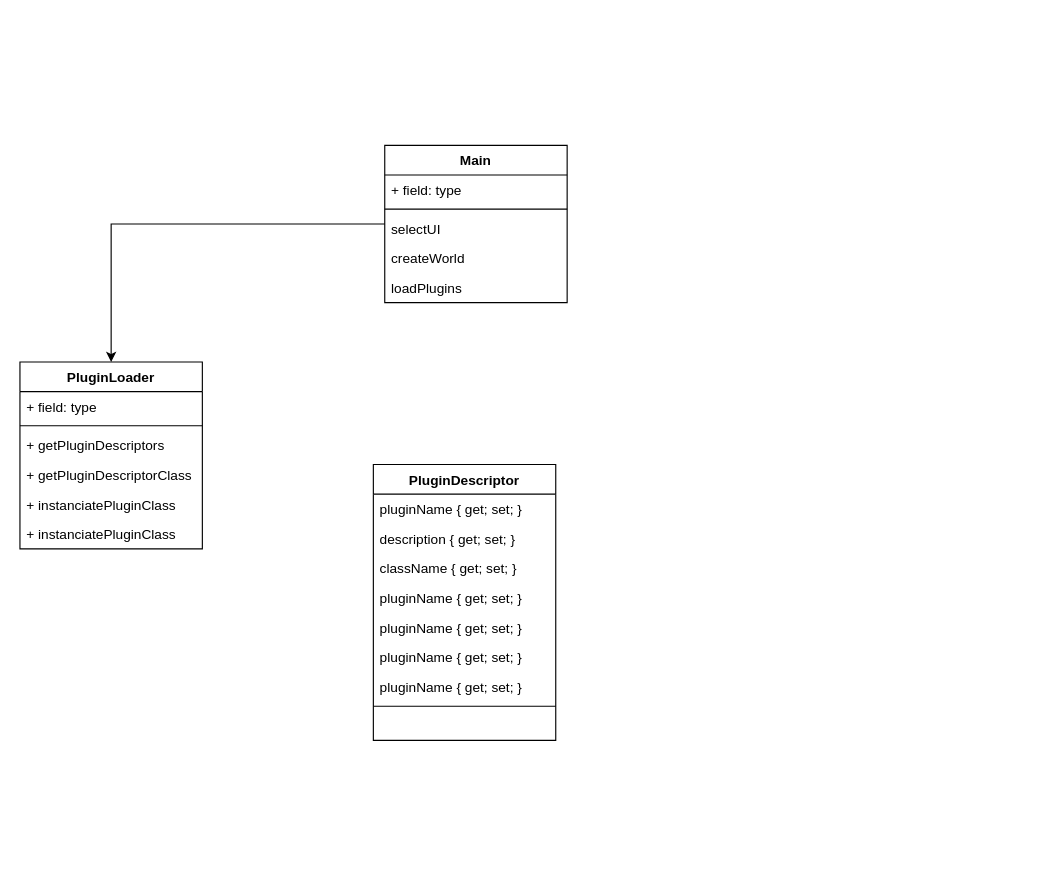
Vanane/RoguelikeGenerator keeps this draw.io diagram as Classes.drawio. Above is the earlier version. Source tidied: cells renumbered, new cells numbered last; positions are measured from the earlier drawing's top-left corner, leaving out a move shared by most shapes. Both pictures are drawn from the tidied source at 114%, with x=0, y=0 at pixel (19, 145).
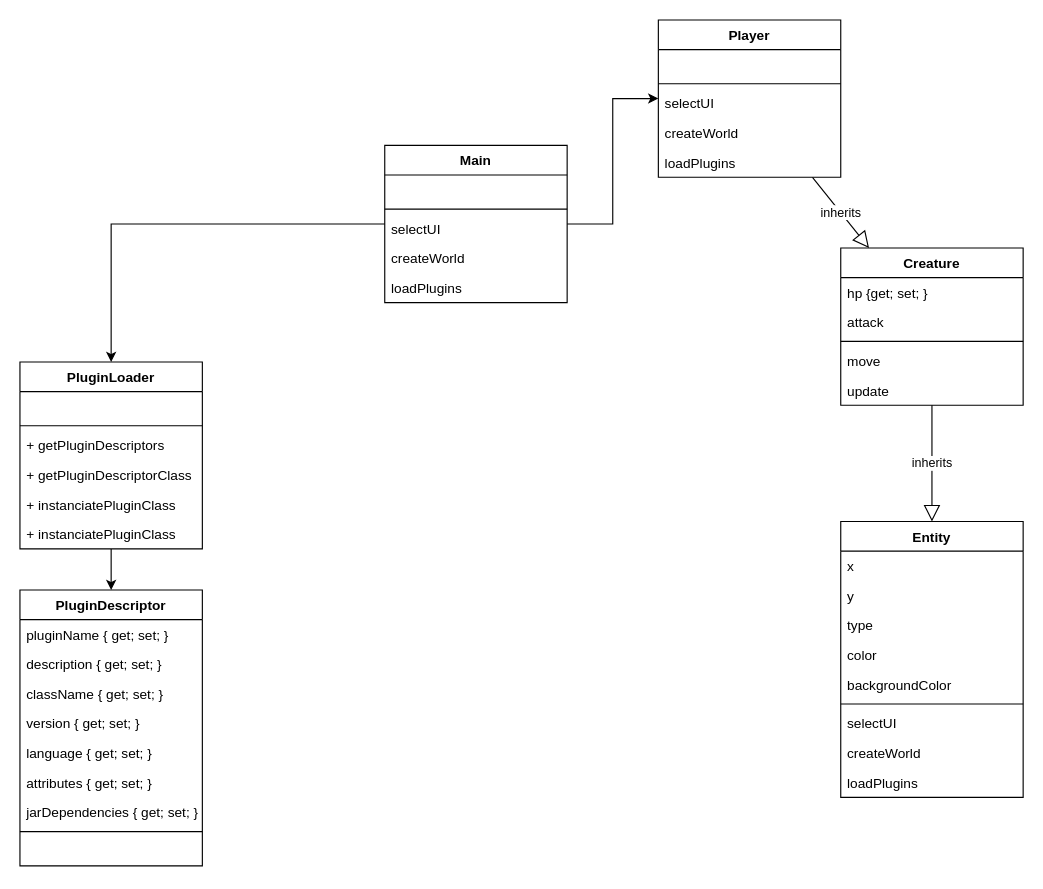
Above is the later version.

Commit message:
Update Classes.drawio : ajout Player

The change refers to these unchanged cells:
```xml
<mxCell id="2" value="Main" style="swimlane;fontStyle=1;align=center;verticalAlign=top;horizontal=1;startSize=26;" parent="1" vertex="1">
  <mxGeometry x="320" width="160" height="138" as="geometry" />
</mxCell>
<mxCell id="8" value="PluginLoader" style="swimlane;fontStyle=1;align=center;verticalAlign=top;horizontal=1;startSize=26;" parent="1" vertex="1">
  <mxGeometry y="190" width="160" height="164" as="geometry" />
</mxCell>
```

The edit, as a diff of the source:
```diff
@@
+    <mxCell id="26" style="edgeStyle=orthogonalEdgeStyle;rounded=0;jettySize=auto;html=1;" parent="1" edge="1" source="2" target="29">
+      <mxGeometry relative="1" as="geometry" />
+    </mxCell>
@@
-    <mxCell id="3" value="+ field: type" style="text;strokeColor=none;fillColor=none;align=left;verticalAlign=top;spacingLeft=4;spacingRight=4;overflow=hidden;" parent="2" vertex="1">
+    <mxCell id="3" value=" " style="text;strokeColor=none;fillColor=none;align=left;verticalAlign=top;spacingLeft=4;spacingRight=4;overflow=hidden;" parent="2" vertex="1">
       <mxGeometry y="26" width="160" height="26" as="geometry" />
     </mxCell>
@@
+    <mxCell id="27" style="edgeStyle=orthogonalEdgeStyle;rounded=0;jettySize=auto;html=1;" parent="1" edge="1" source="8" target="16">
+      <mxGeometry relative="1" as="geometry" />
+    </mxCell>
@@
-    <mxCell id="9" value="+ field: type" style="text;strokeColor=none;fillColor=none;align=left;verticalAlign=top;spacingLeft=4;spacingRight=4;overflow=hidden;" parent="8" vertex="1">
+    <mxCell id="9" value=" " style="text;strokeColor=none;fillColor=none;align=left;verticalAlign=top;spacingLeft=4;spacingRight=4;overflow=hidden;" parent="8" vertex="1">
       <mxGeometry y="26" width="160" height="26" as="geometry" />
     </mxCell>
@@
     <mxCell id="16" value="PluginDescriptor" style="swimlane;fontStyle=1;align=center;verticalAlign=top;horizontal=1;startSize=26;" parent="1" vertex="1">
-      <mxGeometry x="310" y="280" width="160" height="242" as="geometry" />
+      <mxGeometry y="390" width="160" height="242" as="geometry" />
     </mxCell>
@@
-    <mxCell id="20" value="pluginName { get; set; }" style="text;strokeColor=none;fillColor=none;align=left;verticalAlign=top;spacingLeft=4;spacingRight=4;overflow=hidden;" parent="16" vertex="1">
+    <mxCell id="20" value="version { get; set; }" style="text;strokeColor=none;fillColor=none;align=left;verticalAlign=top;spacingLeft=4;spacingRight=4;overflow=hidden;" parent="16" vertex="1">
       <mxGeometry y="104" width="160" height="26" as="geometry" />
     </mxCell>
-    <mxCell id="21" value="pluginName { get; set; }" style="text;strokeColor=none;fillColor=none;align=left;verticalAlign=top;spacingLeft=4;spacingRight=4;overflow=hidden;" parent="16" vertex="1">
+    <mxCell id="21" value="language { get; set; }" style="text;strokeColor=none;fillColor=none;align=left;verticalAlign=top;spacingLeft=4;spacingRight=4;overflow=hidden;" parent="16" vertex="1">
       <mxGeometry y="130" width="160" height="26" as="geometry" />
     </mxCell>
-    <mxCell id="22" value="pluginName { get; set; }" style="text;strokeColor=none;fillColor=none;align=left;verticalAlign=top;spacingLeft=4;spacingRight=4;overflow=hidden;" parent="16" vertex="1">
+    <mxCell id="22" value="attributes { get; set; }" style="text;strokeColor=none;fillColor=none;align=left;verticalAlign=top;spacingLeft=4;spacingRight=4;overflow=hidden;" parent="16" vertex="1">
       <mxGeometry y="156" width="160" height="26" as="geometry" />
     </mxCell>
-    <mxCell id="23" value="pluginName { get; set; }" style="text;strokeColor=none;fillColor=none;align=left;verticalAlign=top;spacingLeft=4;spacingRight=4;overflow=hidden;" parent="16" vertex="1">
+    <mxCell id="23" value="jarDependencies { get; set; }" style="text;strokeColor=none;fillColor=none;align=left;verticalAlign=top;spacingLeft=4;spacingRight=4;overflow=hidden;" parent="16" vertex="1">
       <mxGeometry y="182" width="160" height="26" as="geometry" />
     </mxCell>
@@
+    <mxCell id="28" value="inherits" style="edgeStyle=none;rounded=0;jettySize=auto;html=1;endSize=12;endArrow=block;endFill=0;" parent="1" edge="1" source="29" target="36">
+      <mxGeometry relative="1" as="geometry" />
+    </mxCell>
+    <mxCell id="29" value="Player" style="swimlane;fontStyle=1;align=center;verticalAlign=top;horizontal=1;startSize=26;" parent="1" vertex="1">
+      <mxGeometry x="560" y="-110" width="160" height="138" as="geometry" />
+    </mxCell>
+    <mxCell id="30" value=" " style="text;strokeColor=none;fillColor=none;align=left;verticalAlign=top;spacingLeft=4;spacingRight=4;overflow=hidden;" parent="29" vertex="1">
+      <mxGeometry y="26" width="160" height="26" as="geometry" />
+    </mxCell>
+    <mxCell id="31" style="line;strokeWidth=1;fillColor=none;align=left;verticalAlign=middle;spacingTop=-1;spacingLeft=3;spacingRight=3;labelPosition=right;" parent="29" vertex="1">
+      <mxGeometry y="52" width="160" height="8" as="geometry" />
+    </mxCell>
+    <mxCell id="32" value="selectUI" style="text;strokeColor=none;fillColor=none;align=left;verticalAlign=top;spacingLeft=4;spacingRight=4;overflow=hidden;" parent="29" vertex="1">
+      <mxGeometry y="60" width="160" height="26" as="geometry" />
+    </mxCell>
+    <mxCell id="33" value="createWorld" style="text;strokeColor=none;fillColor=none;align=left;verticalAlign=top;spacingLeft=4;spacingRight=4;overflow=hidden;" parent="29" vertex="1">
+      <mxGeometry y="86" width="160" height="26" as="geometry" />
+    </mxCell>
+    <mxCell id="34" value="loadPlugins" style="text;strokeColor=none;fillColor=none;align=left;verticalAlign=top;spacingLeft=4;spacingRight=4;overflow=hidden;" parent="29" vertex="1">
+      <mxGeometry y="112" width="160" height="26" as="geometry" />
+    </mxCell>
+    <mxCell id="35" value="inherits" style="rounded=0;jettySize=auto;html=1;endSize=12;endArrow=block;endFill=0;" parent="1" edge="1" source="36" target="42">
+      <mxGeometry relative="1" as="geometry" />
+    </mxCell>
+    <mxCell id="36" value="Creature" style="swimlane;fontStyle=1;align=center;verticalAlign=top;horizontal=1;startSize=26;" parent="1" vertex="1">
+      <mxGeometry x="720" y="90" width="160" height="138" as="geometry" />
+    </mxCell>
+    <mxCell id="37" value="hp {get; set; }" style="text;strokeColor=none;fillColor=none;align=left;verticalAlign=top;spacingLeft=4;spacingRight=4;overflow=hidden;" parent="36" vertex="1">
+      <mxGeometry y="26" width="160" height="26" as="geometry" />
+    </mxCell>
+    <mxCell id="38" value="attack" style="text;strokeColor=none;fillColor=none;align=left;verticalAlign=top;spacingLeft=4;spacingRight=4;overflow=hidden;" parent="36" vertex="1">
+      <mxGeometry y="52" width="160" height="26" as="geometry" />
+    </mxCell>
+    <mxCell id="39" style="line;strokeWidth=1;fillColor=none;align=left;verticalAlign=middle;spacingTop=-1;spacingLeft=3;spacingRight=3;labelPosition=right;" parent="36" vertex="1">
+      <mxGeometry y="78" width="160" height="8" as="geometry" />
+    </mxCell>
+    <mxCell id="40" value="move" style="text;strokeColor=none;fillColor=none;align=left;verticalAlign=top;spacingLeft=4;spacingRight=4;overflow=hidden;" parent="36" vertex="1">
+      <mxGeometry y="86" width="160" height="26" as="geometry" />
+    </mxCell>
+    <mxCell id="41" value="update" style="text;strokeColor=none;fillColor=none;align=left;verticalAlign=top;spacingLeft=4;spacingRight=4;overflow=hidden;" parent="36" vertex="1">
+      <mxGeometry y="112" width="160" height="26" as="geometry" />
+    </mxCell>
+    <mxCell id="42" value="Entity" style="swimlane;fontStyle=1;align=center;verticalAlign=top;horizontal=1;startSize=26;" parent="1" vertex="1">
+      <mxGeometry x="720" y="330" width="160" height="242" as="geometry" />
+    </mxCell>
+    <mxCell id="43" value="x" style="text;strokeColor=none;fillColor=none;align=left;verticalAlign=top;spacingLeft=4;spacingRight=4;overflow=hidden;" parent="42" vertex="1">
+      <mxGeometry y="26" width="160" height="26" as="geometry" />
+    </mxCell>
+    <mxCell id="44" value="y" style="text;strokeColor=none;fillColor=none;align=left;verticalAlign=top;spacingLeft=4;spacingRight=4;overflow=hidden;" parent="42" vertex="1">
+      <mxGeometry y="52" width="160" height="26" as="geometry" />
+    </mxCell>
+    <mxCell id="45" value="type" style="text;strokeColor=none;fillColor=none;align=left;verticalAlign=top;spacingLeft=4;spacingRight=4;overflow=hidden;" parent="42" vertex="1">
+      <mxGeometry y="78" width="160" height="26" as="geometry" />
+    </mxCell>
+    <mxCell id="46" value="color" style="text;strokeColor=none;fillColor=none;align=left;verticalAlign=top;spacingLeft=4;spacingRight=4;overflow=hidden;" parent="42" vertex="1">
+      <mxGeometry y="104" width="160" height="26" as="geometry" />
+    </mxCell>
+    <mxCell id="47" value="backgroundColor" style="text;strokeColor=none;fillColor=none;align=left;verticalAlign=top;spacingLeft=4;spacingRight=4;overflow=hidden;" parent="42" vertex="1">
+      <mxGeometry y="130" width="160" height="26" as="geometry" />
+    </mxCell>
+    <mxCell id="48" style="line;strokeWidth=1;fillColor=none;align=left;verticalAlign=middle;spacingTop=-1;spacingLeft=3;spacingRight=3;labelPosition=right;" parent="42" vertex="1">
+      <mxGeometry y="156" width="160" height="8" as="geometry" />
+    </mxCell>
+    <mxCell id="49" value="selectUI" style="text;strokeColor=none;fillColor=none;align=left;verticalAlign=top;spacingLeft=4;spacingRight=4;overflow=hidden;" parent="42" vertex="1">
+      <mxGeometry y="164" width="160" height="26" as="geometry" />
+    </mxCell>
+    <mxCell id="50" value="createWorld" style="text;strokeColor=none;fillColor=none;align=left;verticalAlign=top;spacingLeft=4;spacingRight=4;overflow=hidden;" parent="42" vertex="1">
+      <mxGeometry y="190" width="160" height="26" as="geometry" />
+    </mxCell>
+    <mxCell id="51" value="loadPlugins" style="text;strokeColor=none;fillColor=none;align=left;verticalAlign=top;spacingLeft=4;spacingRight=4;overflow=hidden;" parent="42" vertex="1">
+      <mxGeometry y="216" width="160" height="26" as="geometry" />
+    </mxCell>
```
